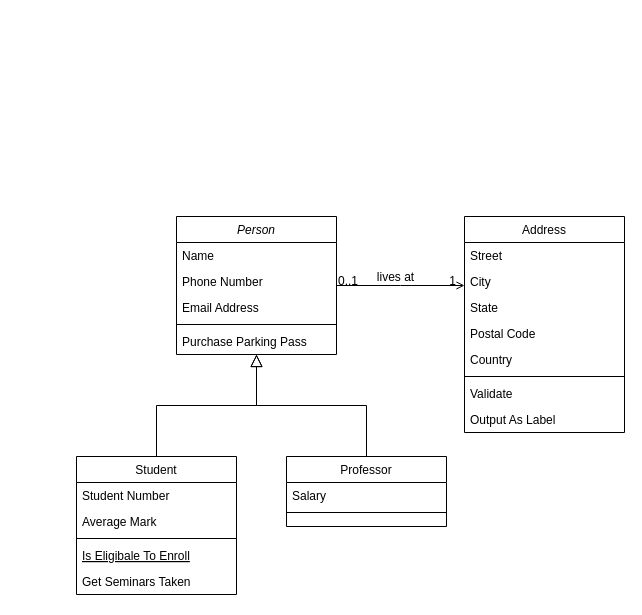
Above: Untitled Diagram.drawio in Johnny2379x/parcial (draw.io), before the change. Source tidied: cells renumbered, new cells numbered last; positions are measured from the earlier drawing's top-left corner, leaving out a move shared by most shapes. Both pictures are drawn from the tidied source at 100%, with x=0, y=0 at pixel (76, 216).
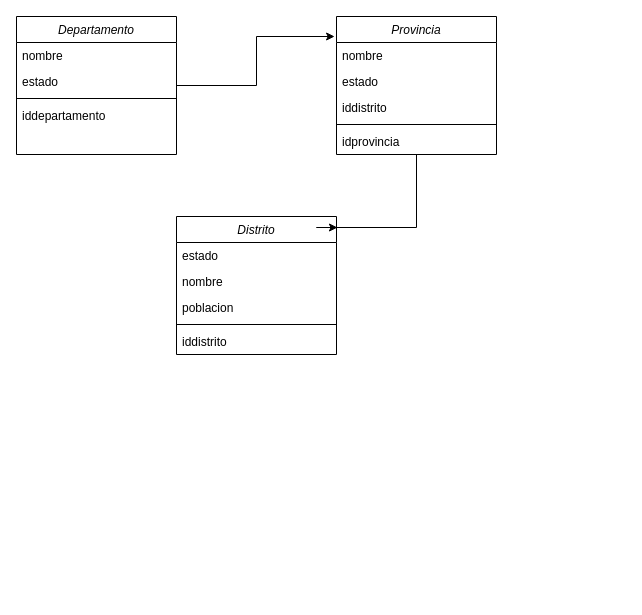
After the change.

Change to the diagram source:
```diff
@@
-    <mxCell id="2" value="Person" style="swimlane;fontStyle=2;align=center;verticalAlign=top;horizontal=1;startSize=26;rounded=0;shadow=0;strokeWidth=1;" parent="1" vertex="1">
+    <mxCell id="2" value="Distrito" style="swimlane;fontStyle=2;align=center;verticalAlign=top;horizontal=1;startSize=26;rounded=0;shadow=0;strokeWidth=1;" parent="1" vertex="1">
       <mxGeometry x="100" width="160" height="138" as="geometry" />
     </mxCell>
-    <mxCell id="3" value="Name" style="text;align=left;verticalAlign=top;spacingLeft=4;spacingRight=4;overflow=hidden;" parent="2" vertex="1">
+    <mxCell id="3" value="estado" style="text;align=left;verticalAlign=top;spacingLeft=4;spacingRight=4;overflow=hidden;" parent="2" vertex="1">
       <mxGeometry y="26" width="160" height="26" as="geometry" />
     </mxCell>
-    <mxCell id="4" value="Phone Number" style="text;align=left;verticalAlign=top;spacingLeft=4;spacingRight=4;overflow=hidden;rounded=0;shadow=0;html=0;" parent="2" vertex="1">
+    <mxCell id="4" value="nombre" style="text;align=left;verticalAlign=top;spacingLeft=4;spacingRight=4;overflow=hidden;rounded=0;shadow=0;html=0;" parent="2" vertex="1">
       <mxGeometry y="52" width="160" height="26" as="geometry" />
     </mxCell>
-    <mxCell id="5" value="Email Address" style="text;align=left;verticalAlign=top;spacingLeft=4;spacingRight=4;overflow=hidden;rounded=0;shadow=0;html=0;" parent="2" vertex="1">
+    <mxCell id="5" value="poblacion" style="text;align=left;verticalAlign=top;spacingLeft=4;spacingRight=4;overflow=hidden;rounded=0;shadow=0;html=0;" parent="2" vertex="1">
       <mxGeometry y="78" width="160" height="26" as="geometry" />
     </mxCell>
@@
-    <mxCell id="7" value="Purchase Parking Pass" style="text;align=left;verticalAlign=top;spacingLeft=4;spacingRight=4;overflow=hidden;" parent="2" vertex="1">
+    <mxCell id="7" value="iddistrito" style="text;align=left;verticalAlign=top;spacingLeft=4;spacingRight=4;overflow=hidden;" parent="2" vertex="1">
       <mxGeometry y="112" width="160" height="26" as="geometry" />
     </mxCell>
-    <mxCell id="8" value="Student" style="swimlane;fontStyle=0;align=center;verticalAlign=top;horizontal=1;startSize=26;rounded=0;shadow=0;strokeWidth=1;" parent="1" vertex="1">
-      <mxGeometry y="240" width="160" height="138" as="geometry" />
-    </mxCell>
-    <mxCell id="9" value="Student Number" style="text;align=left;verticalAlign=top;spacingLeft=4;spacingRight=4;overflow=hidden;" parent="8" vertex="1">
-      <mxGeometry y="26" width="160" height="26" as="geometry" />
-    </mxCell>
-    <mxCell id="10" value="Average Mark" style="text;align=left;verticalAlign=top;spacingLeft=4;spacingRight=4;overflow=hidden;rounded=0;shadow=0;html=0;" parent="8" vertex="1">
-      <mxGeometry y="52" width="160" height="26" as="geometry" />
-    </mxCell>
+    <mxCell id="32" style="edgeStyle=orthogonalEdgeStyle;rounded=0;jettySize=auto;html=1;entryX=-0.012;entryY=0.145;entryDx=0;entryDy=0;entryPerimeter=0;" parent="1" edge="1" source="33" target="38">
+      <mxGeometry relative="1" as="geometry" />
+    </mxCell>
+    <mxCell id="33" value="Departamento" style="swimlane;fontStyle=2;align=center;verticalAlign=top;horizontal=1;startSize=26;rounded=0;shadow=0;strokeWidth=1;" parent="1" vertex="1">
+      <mxGeometry x="-60" y="-200" width="160" height="138" as="geometry" />
+    </mxCell>
+    <mxCell id="34" value="nombre" style="text;align=left;verticalAlign=top;spacingLeft=4;spacingRight=4;overflow=hidden;" parent="33" vertex="1">
+      <mxGeometry y="26" width="160" height="26" as="geometry" />
+    </mxCell>
+    <mxCell id="35" value="estado" style="text;align=left;verticalAlign=top;spacingLeft=4;spacingRight=4;overflow=hidden;rounded=0;shadow=0;html=0;" parent="33" vertex="1">
+      <mxGeometry y="52" width="160" height="26" as="geometry" />
+    </mxCell>
-    <mxCell id="11" style="line;html=1;strokeWidth=1;align=left;verticalAlign=middle;spacingTop=-1;spacingLeft=3;spacingRight=3;labelPosition=right;" parent="8" vertex="1">
+    <mxCell id="11" style="line;html=1;strokeWidth=1;align=left;verticalAlign=middle;spacingTop=-1;spacingLeft=3;spacingRight=3;labelPosition=right;" parent="33" vertex="1">
       <mxGeometry y="78" width="160" height="8" as="geometry" />
     </mxCell>
-    <mxCell id="12" value="Is Eligibale To Enroll" style="text;align=left;verticalAlign=top;spacingLeft=4;spacingRight=4;overflow=hidden;fontStyle=4;" parent="8" vertex="1">
-      <mxGeometry y="86" width="160" height="26" as="geometry" />
-    </mxCell>
-    <mxCell id="13" value="Get Seminars Taken" style="text;align=left;verticalAlign=top;spacingLeft=4;spacingRight=4;overflow=hidden;" parent="8" vertex="1">
-      <mxGeometry y="112" width="160" height="26" as="geometry" />
-    </mxCell>
-    <mxCell id="14" style="endArrow=block;endSize=10;endFill=0;shadow=0;strokeWidth=1;rounded=0;edgeStyle=elbowEdgeStyle;elbow=vertical;" parent="1" edge="1" source="8" target="2">
-      <mxGeometry relative="1" as="geometry" />
-    </mxCell>
-    <mxCell id="15" value="Professor" style="swimlane;fontStyle=0;align=center;verticalAlign=top;horizontal=1;startSize=26;rounded=0;shadow=0;strokeWidth=1;" parent="1" vertex="1">
-      <mxGeometry x="210" y="240" width="160" height="70" as="geometry" />
-    </mxCell>
-    <mxCell id="16" value="Salary" style="text;align=left;verticalAlign=top;spacingLeft=4;spacingRight=4;overflow=hidden;" parent="15" vertex="1">
-      <mxGeometry y="26" width="160" height="26" as="geometry" />
-    </mxCell>
-    <mxCell id="17" style="line;html=1;strokeWidth=1;align=left;verticalAlign=middle;spacingTop=-1;spacingLeft=3;spacingRight=3;labelPosition=right;" parent="15" vertex="1">
-      <mxGeometry y="52" width="160" height="8" as="geometry" />
-    </mxCell>
-    <mxCell id="18" style="endArrow=block;endSize=10;endFill=0;shadow=0;strokeWidth=1;rounded=0;edgeStyle=elbowEdgeStyle;elbow=vertical;" parent="1" edge="1" source="15" target="2">
-      <mxGeometry relative="1" as="geometry" />
-    </mxCell>
-    <mxCell id="19" value="Address" style="swimlane;fontStyle=0;align=center;verticalAlign=top;horizontal=1;startSize=26;rounded=0;shadow=0;strokeWidth=1;" parent="1" vertex="1">
-      <mxGeometry x="388" width="160" height="216" as="geometry" />
-    </mxCell>
-    <mxCell id="20" value="Street" style="text;align=left;verticalAlign=top;spacingLeft=4;spacingRight=4;overflow=hidden;" parent="19" vertex="1">
-      <mxGeometry y="26" width="160" height="26" as="geometry" />
-    </mxCell>
-    <mxCell id="21" value="City" style="text;align=left;verticalAlign=top;spacingLeft=4;spacingRight=4;overflow=hidden;rounded=0;shadow=0;html=0;" parent="19" vertex="1">
-      <mxGeometry y="52" width="160" height="26" as="geometry" />
-    </mxCell>
-    <mxCell id="22" value="State" style="text;align=left;verticalAlign=top;spacingLeft=4;spacingRight=4;overflow=hidden;rounded=0;shadow=0;html=0;" parent="19" vertex="1">
-      <mxGeometry y="78" width="160" height="26" as="geometry" />
-    </mxCell>
-    <mxCell id="23" value="Postal Code" style="text;align=left;verticalAlign=top;spacingLeft=4;spacingRight=4;overflow=hidden;rounded=0;shadow=0;html=0;" parent="19" vertex="1">
-      <mxGeometry y="104" width="160" height="26" as="geometry" />
-    </mxCell>
-    <mxCell id="24" value="Country" style="text;align=left;verticalAlign=top;spacingLeft=4;spacingRight=4;overflow=hidden;rounded=0;shadow=0;html=0;" parent="19" vertex="1">
-      <mxGeometry y="130" width="160" height="26" as="geometry" />
-    </mxCell>
-    <mxCell id="25" style="line;html=1;strokeWidth=1;align=left;verticalAlign=middle;spacingTop=-1;spacingLeft=3;spacingRight=3;labelPosition=right;" parent="19" vertex="1">
-      <mxGeometry y="156" width="160" height="8" as="geometry" />
-    </mxCell>
-    <mxCell id="26" value="Validate" style="text;align=left;verticalAlign=top;spacingLeft=4;spacingRight=4;overflow=hidden;" parent="19" vertex="1">
-      <mxGeometry y="164" width="160" height="26" as="geometry" />
-    </mxCell>
-    <mxCell id="27" value="Output As Label" style="text;align=left;verticalAlign=top;spacingLeft=4;spacingRight=4;overflow=hidden;" parent="19" vertex="1">
-      <mxGeometry y="190" width="160" height="26" as="geometry" />
-    </mxCell>
-    <mxCell id="28" style="endArrow=open;shadow=0;strokeWidth=1;rounded=0;endFill=1;edgeStyle=elbowEdgeStyle;elbow=vertical;" parent="1" edge="1" source="2" target="19">
-      <mxGeometry x="0.5" y="41" relative="1" as="geometry">
-        <mxPoint x="-40" y="32" as="offset" />
-      </mxGeometry>
-    </mxCell>
-    <mxCell id="29" value="0..1" style="align=left;verticalAlign=bottom;labelBackgroundColor=none;fontSize=12;" parent="28" vertex="1">
-      <mxGeometry x="-1" relative="1" as="geometry">
-        <mxPoint y="4" as="offset" />
-      </mxGeometry>
-    </mxCell>
-    <mxCell id="30" value="1" style="align=right;verticalAlign=bottom;labelBackgroundColor=none;fontSize=12;" parent="28" vertex="1">
-      <mxGeometry x="1" relative="1" as="geometry">
-        <mxPoint x="-7" y="4" as="offset" />
-      </mxGeometry>
-    </mxCell>
-    <mxCell id="31" value="lives at" style="text;html=1;align=center;verticalAlign=middle;labelBackgroundColor=none;rounded=0;shadow=0;strokeWidth=1;fontSize=12;" parent="28" vertex="1">
-      <mxGeometry x="0.5" y="49" relative="1" as="geometry">
-        <mxPoint x="-38" y="40" as="offset" />
-      </mxGeometry>
-    </mxCell>
+    <mxCell id="36" value="iddepartamento" style="text;align=left;verticalAlign=top;spacingLeft=4;spacingRight=4;overflow=hidden;" parent="33" vertex="1">
+      <mxGeometry y="86" width="160" height="26" as="geometry" />
+    </mxCell>
+    <mxCell id="37" style="edgeStyle=orthogonalEdgeStyle;rounded=0;jettySize=auto;html=1;entryX=1.006;entryY=0.08;entryDx=0;entryDy=0;entryPerimeter=0;" parent="1" edge="1" source="38" target="2">
+      <mxGeometry relative="1" as="geometry" />
+    </mxCell>
+    <mxCell id="38" value="Provincia" style="swimlane;fontStyle=2;align=center;verticalAlign=top;horizontal=1;startSize=26;rounded=0;shadow=0;strokeWidth=1;" parent="1" vertex="1">
+      <mxGeometry x="260" y="-200" width="160" height="138" as="geometry" />
+    </mxCell>
+    <mxCell id="39" value="nombre" style="text;align=left;verticalAlign=top;spacingLeft=4;spacingRight=4;overflow=hidden;" parent="38" vertex="1">
+      <mxGeometry y="26" width="160" height="26" as="geometry" />
+    </mxCell>
+    <mxCell id="40" value="estado" style="text;align=left;verticalAlign=top;spacingLeft=4;spacingRight=4;overflow=hidden;rounded=0;shadow=0;html=0;" parent="38" vertex="1">
+      <mxGeometry y="52" width="160" height="26" as="geometry" />
+    </mxCell>
+    <mxCell id="41" value="iddistrito" style="text;align=left;verticalAlign=top;spacingLeft=4;spacingRight=4;overflow=hidden;rounded=0;shadow=0;html=0;" parent="38" vertex="1">
+      <mxGeometry y="78" width="160" height="26" as="geometry" />
+    </mxCell>
+    <mxCell id="42" style="line;html=1;strokeWidth=1;align=left;verticalAlign=middle;spacingTop=-1;spacingLeft=3;spacingRight=3;labelPosition=right;" parent="38" vertex="1">
+      <mxGeometry y="104" width="160" height="8" as="geometry" />
+    </mxCell>
+    <mxCell id="43" value="idprovincia" style="text;align=left;verticalAlign=top;spacingLeft=4;spacingRight=4;overflow=hidden;" parent="38" vertex="1">
+      <mxGeometry y="112" width="160" height="26" as="geometry" />
+    </mxCell>
```
